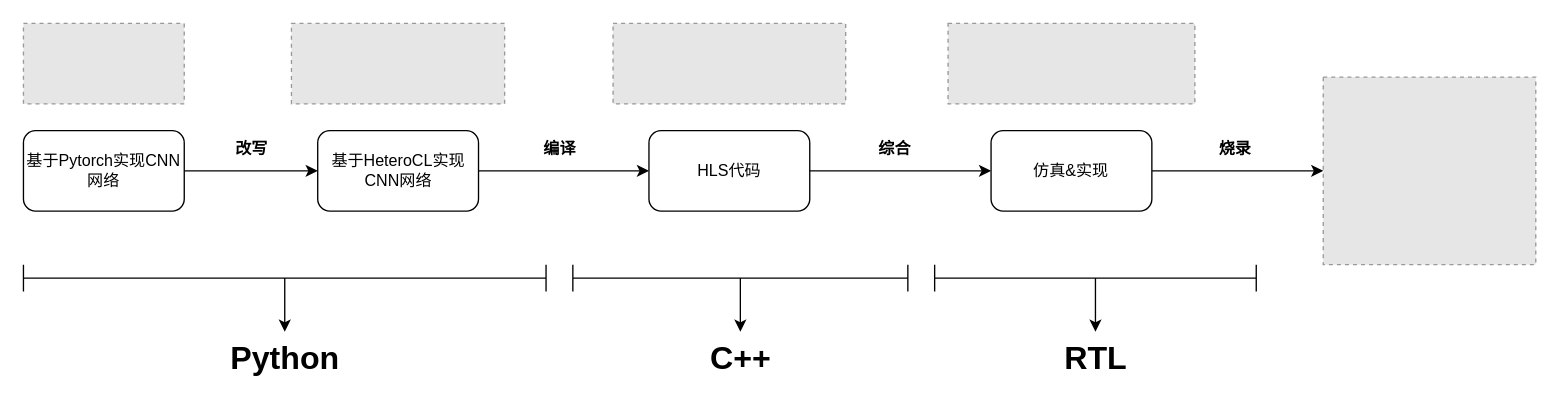
Earlier version of the draw.io diagram 未命名绘图.drawio (Yang-Qirui/GraduatePicture). Source tidied: cells renumbered, new cells numbered last; positions are measured from the earlier drawing's top-left corner, leaving out a move shared by most shapes. Both pictures are drawn from the tidied source at 134%, with x=0, y=0 at pixel (23, 23). Pictures stored in the file or linked from it are replaced by grey dashed boxes.
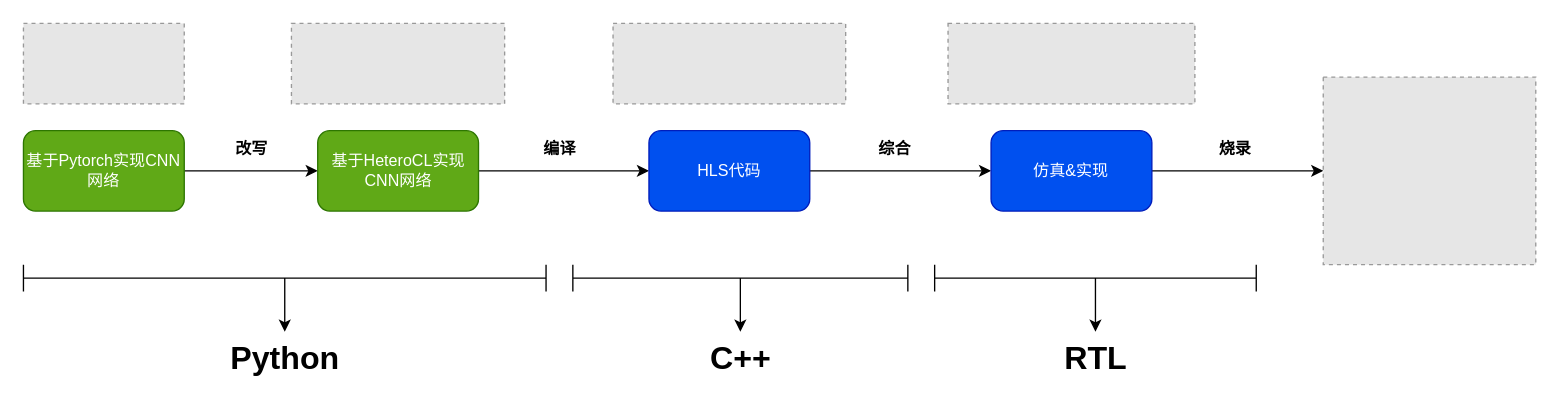
Above is the later version.

Commit message:
更新未命名绘图.drawio

Change to the diagram source:
```diff
@@
-    <mxCell id="4" value="基于Pytorch实现CNN网络" style="rounded=1;whiteSpace=wrap;html=1;" parent="1" vertex="1">
+    <mxCell id="4" value="基于Pytorch实现CNN网络" style="rounded=1;whiteSpace=wrap;html=1;fillColor=#60a917;fontColor=#ffffff;strokeColor=#2D7600;" parent="1" vertex="1">
       <mxGeometry y="80" width="120" height="60" as="geometry" />
     </mxCell>
@@
-    <mxCell id="7" value="基于HeteroCL实现CNN网络" style="rounded=1;whiteSpace=wrap;html=1;" parent="1" vertex="1">
+    <mxCell id="7" value="基于HeteroCL实现CNN网络" style="rounded=1;whiteSpace=wrap;html=1;fillColor=#60a917;fontColor=#ffffff;strokeColor=#2D7600;" parent="1" vertex="1">
       <mxGeometry x="219.6" y="80" width="120" height="60" as="geometry" />
     </mxCell>
@@
-    <mxCell id="10" value="HLS代码" style="rounded=1;whiteSpace=wrap;html=1;" parent="1" vertex="1">
+    <mxCell id="10" value="HLS代码" style="rounded=1;whiteSpace=wrap;html=1;fillColor=#0050ef;fontColor=#ffffff;strokeColor=#001DBC;" parent="1" vertex="1">
       <mxGeometry x="466.8" y="80" width="120" height="60" as="geometry" />
     </mxCell>
@@
-    <mxCell id="13" value="仿真&amp;amp;实现" style="rounded=1;whiteSpace=wrap;html=1;" parent="1" vertex="1">
+    <mxCell id="13" value="仿真&amp;amp;实现" style="rounded=1;whiteSpace=wrap;html=1;fillColor=#0050ef;fontColor=#ffffff;strokeColor=#001DBC;" parent="1" vertex="1">
       <mxGeometry x="722.1" y="80" width="120" height="60" as="geometry" />
     </mxCell>
```
